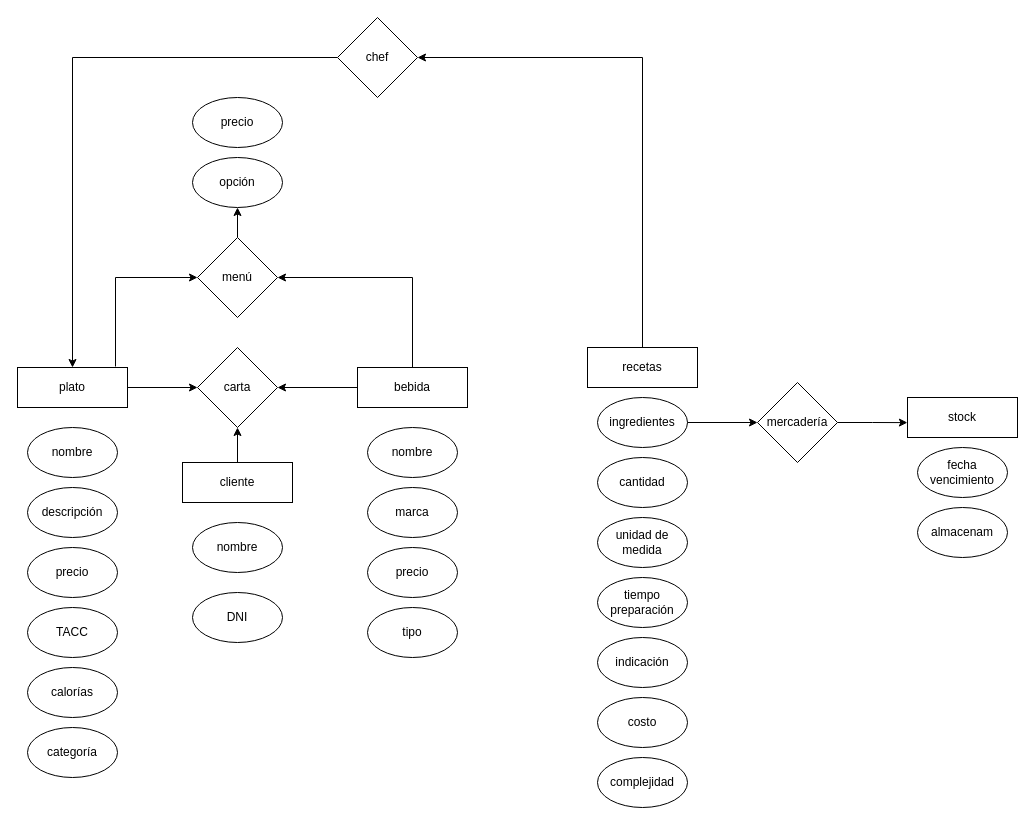
Above: page "Page-2" (2 of 2) of Untitled Diagram.drawio in manuvelloso/BaseDatos (draw.io), before the change. Source tidied: cells renumbered, new cells numbered last; positions are measured from the earlier drawing's top-left corner, leaving out a move shared by most shapes. Both pictures are drawn from the tidied source at 100%, with x=0, y=0 at pixel (17, 17).
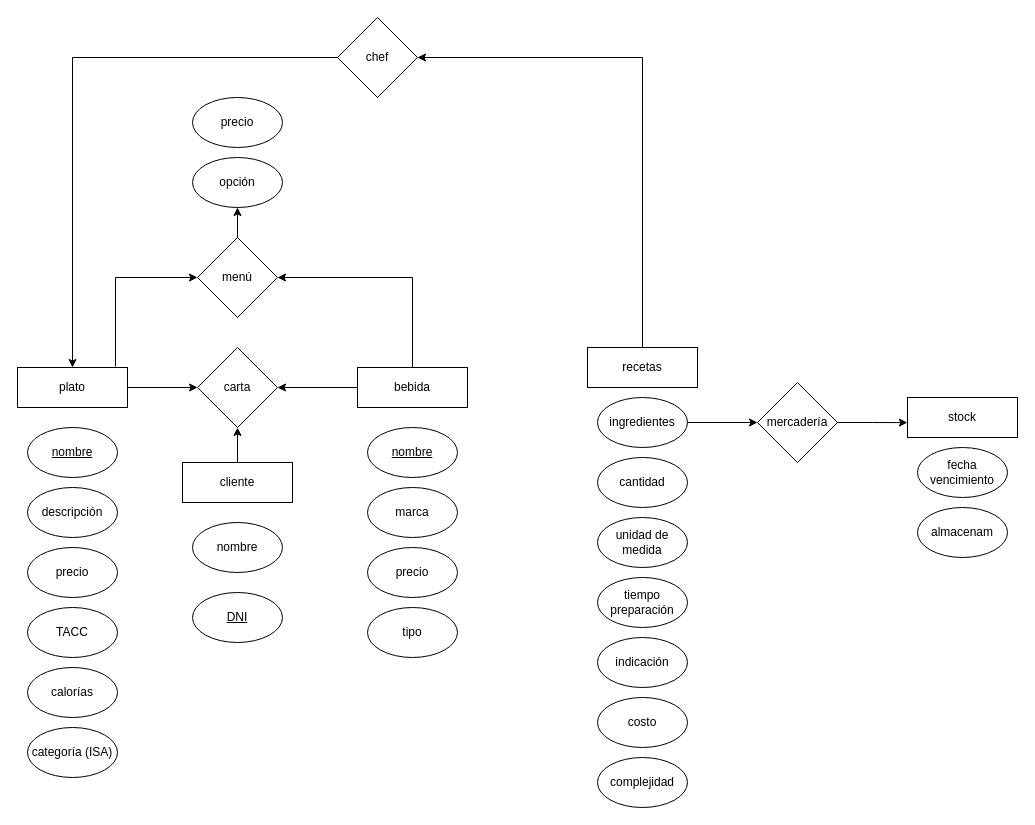
Above is the later version.

The change refers to these unchanged cells:
```xml
<mxCell id="2" style="group;" parent="1" vertex="1">
  <mxGeometry y="350" width="110" height="410" as="geometry" />
</mxCell>
<mxCell id="10" style="group;" parent="1" vertex="1">
  <mxGeometry x="165" y="445" width="110" height="180" as="geometry" />
</mxCell>
<mxCell id="14" style="group;" parent="1" vertex="1">
  <mxGeometry x="340" y="350" width="110" height="290" as="geometry" />
</mxCell>
```

What changed in the source:
```diff
@@
-    <mxCell id="4" value="nombre" style="ellipse;whiteSpace=wrap;html=1;" parent="2" vertex="1">
+    <mxCell id="4" value="&lt;u&gt;nombre&lt;/u&gt;" style="ellipse;whiteSpace=wrap;html=1;" parent="2" vertex="1">
       <mxGeometry x="10" y="60" width="90" height="50" as="geometry" />
     </mxCell>
@@
-    <mxCell id="9" value="categoría" style="ellipse;whiteSpace=wrap;html=1;" parent="2" vertex="1">
+    <mxCell id="9" value="categoría (ISA)" style="ellipse;whiteSpace=wrap;html=1;" parent="2" vertex="1">
       <mxGeometry x="10" y="360" width="90" height="50" as="geometry" />
     </mxCell>
@@
-    <mxCell id="13" value="DNI" style="ellipse;whiteSpace=wrap;html=1;" parent="10" vertex="1">
+    <mxCell id="13" value="&lt;u&gt;DNI&lt;/u&gt;" style="ellipse;whiteSpace=wrap;html=1;" parent="10" vertex="1">
       <mxGeometry x="10" y="130" width="90" height="50" as="geometry" />
     </mxCell>
@@
-    <mxCell id="16" value="nombre" style="ellipse;whiteSpace=wrap;html=1;" parent="14" vertex="1">
+    <mxCell id="16" value="&lt;u&gt;nombre&lt;/u&gt;" style="ellipse;whiteSpace=wrap;html=1;" parent="14" vertex="1">
       <mxGeometry x="10" y="60" width="90" height="50" as="geometry" />
     </mxCell>
```
